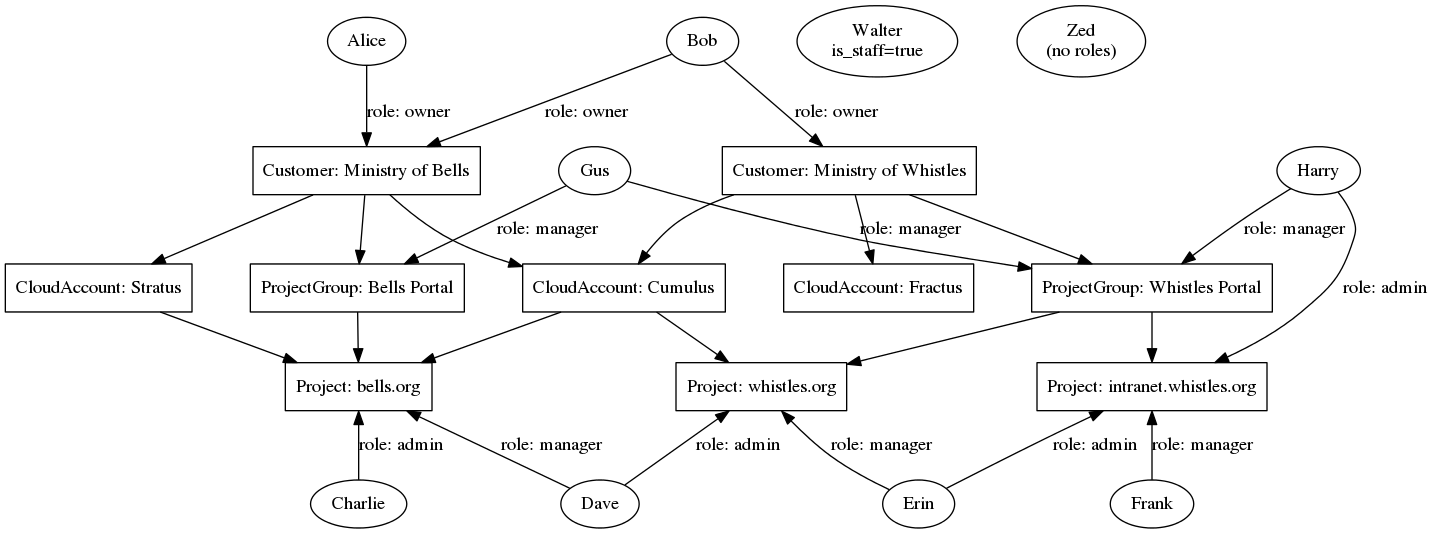
This is docs/images/testdata-alice.png from opennode/waldur-core, a Graphviz export, as it was before one commit. Its source is kept beside it as docs/images/testdata-alice.dot.
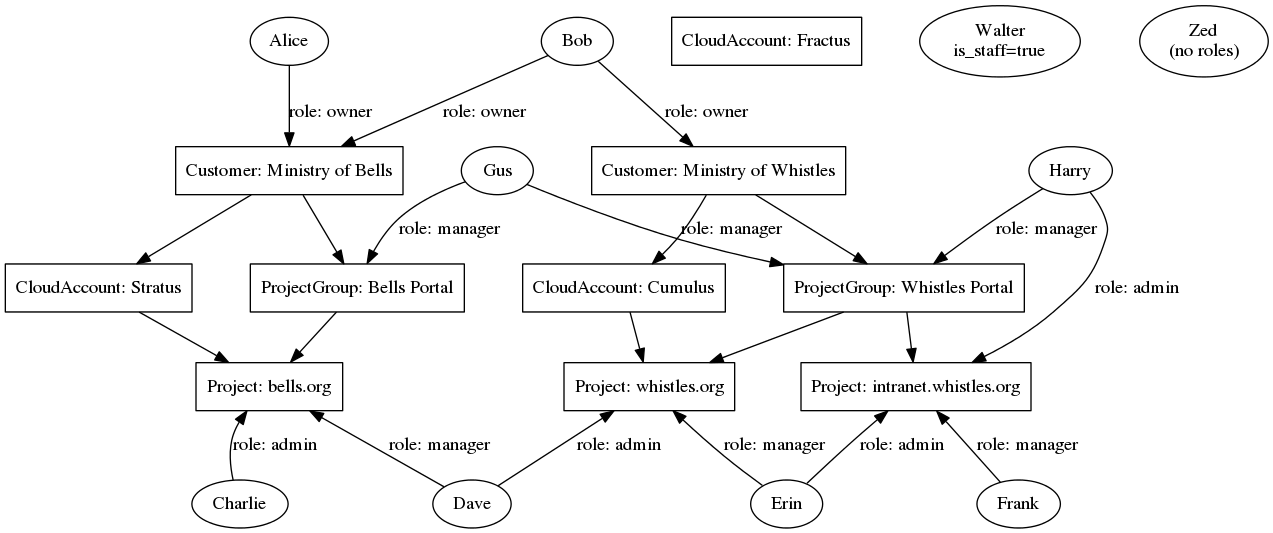
After the change.

What changed in the source:
```diff
@@ -29,16 +29,13 @@
 	c_mow -> pg_wp
 
 	c_mob -> ca_s
-	c_mob -> ca_c
 	c_mow -> ca_c
-	c_mow -> ca_f
 
 	pg_bp -> p_bo
 	pg_wp -> p_wo
 	pg_wp -> p_iwo
 
 	ca_s -> p_bo
-	ca_c -> p_bo
 	ca_c -> p_wo
 
 	Gus -> pg_bp [label="role: manager"]
```
